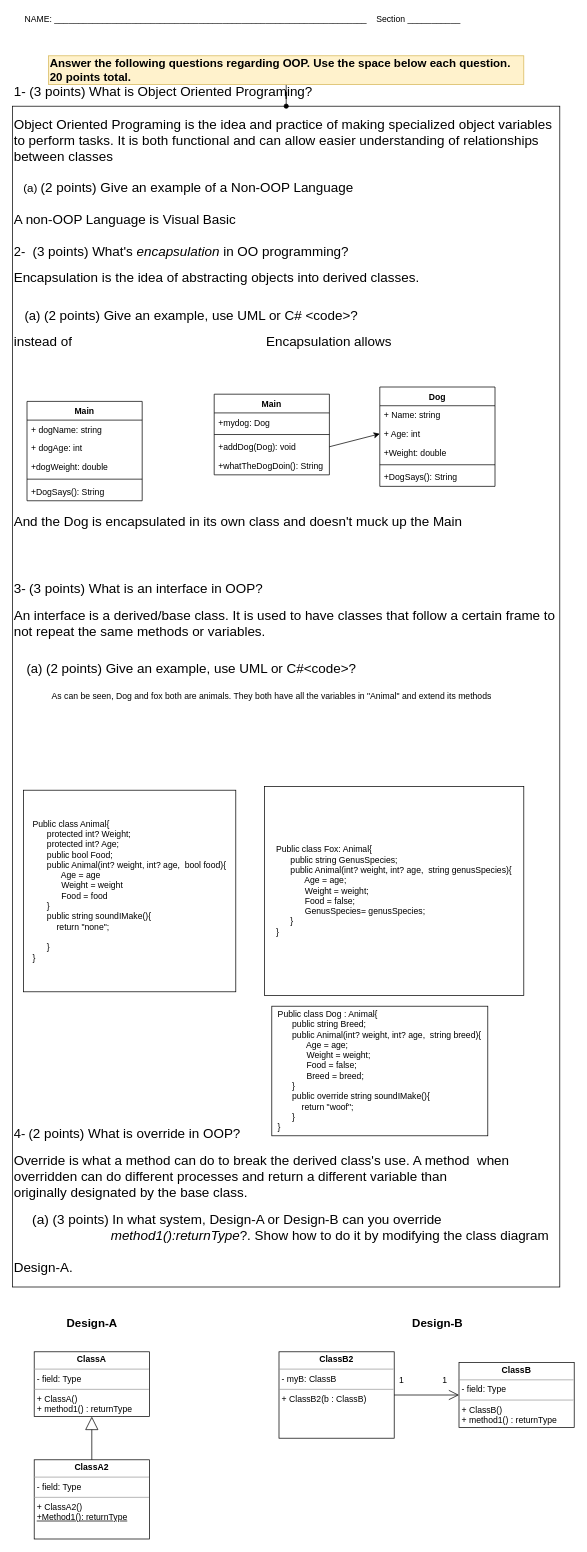
This is page "Page-1" (1 of 4) of Caleb Rosebaugh-Exam 1 Section b.drawio from Rosebaugh/CS501, a draw.io file, before an edit. Source tidied: cells renumbered, new cells numbered last; positions are measured from the earlier drawing's top-left corner, leaving out a move shared by most shapes. Both pictures are drawn from the tidied source at 72%, with x=0, y=0 at pixel (12, 12).
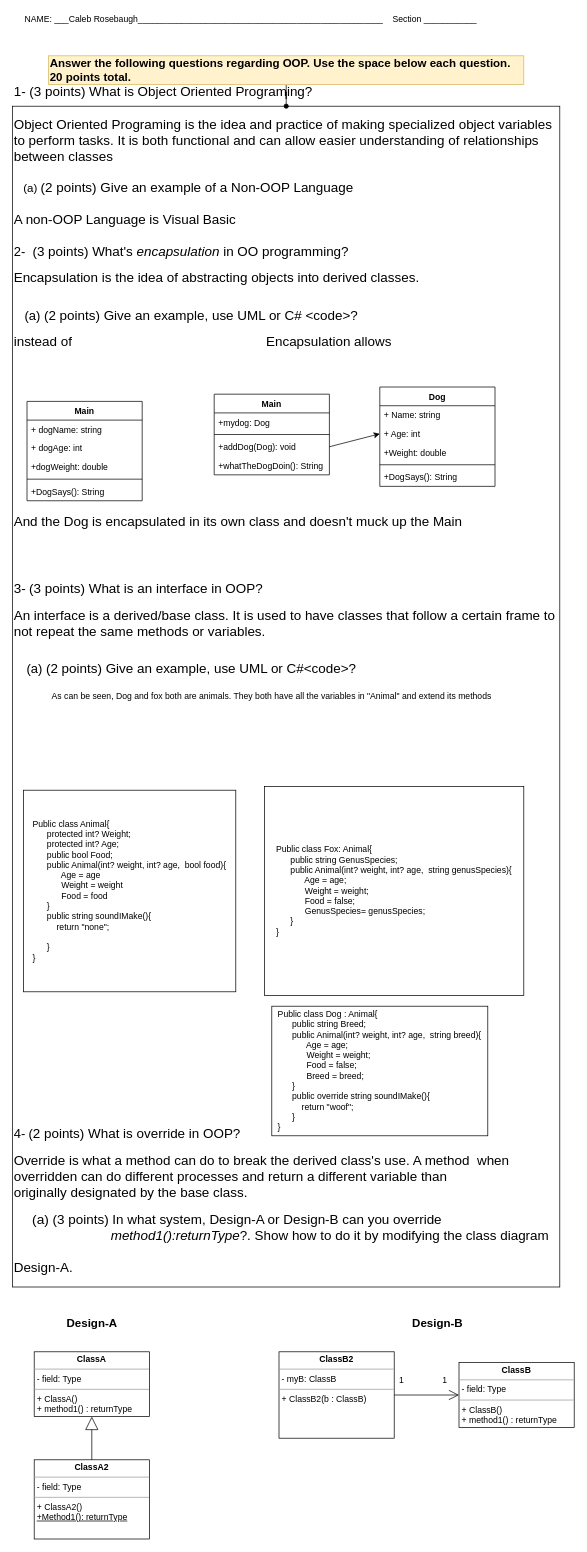
After the change.

What changed in the source:
```diff
@@
-    <mxCell id="15" value="NAME: _________________________________________________________________&amp;nbsp; &amp;nbsp; Section ___________" style="text;html=1;align=left;verticalAlign=middle;" parent="1" vertex="1">
-      <mxGeometry x="15" width="620" height="20" as="geometry" />
+    <mxCell id="15" value="NAME: ___Caleb Rosebaugh___________________________________________________&amp;nbsp; &amp;nbsp; Section ___________" style="text;html=1;align=left;verticalAlign=middle;" parent="1" vertex="1">
+      <mxGeometry x="15" width="640" height="20" as="geometry" />
     </mxCell>
```
